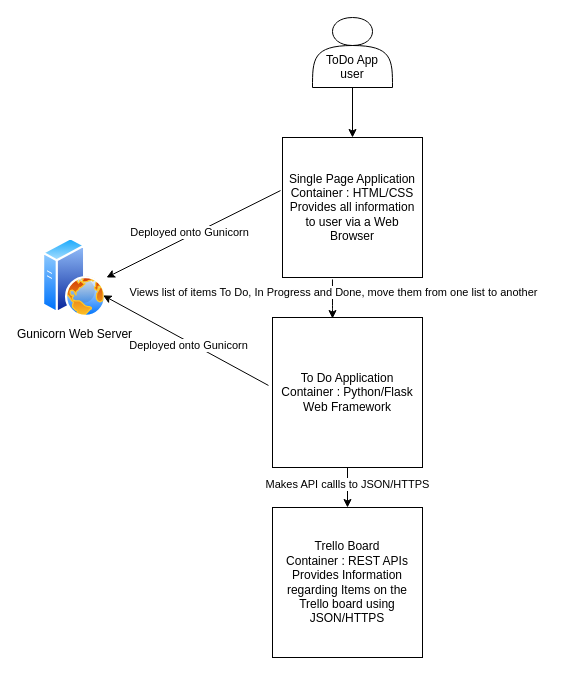
MadhuRoy-git/DevOps-Course-Starter keeps this draw.io diagram as documentation/ContainerDiagram.drawio. Above is the earlier version. Source tidied: cells renumbered, new cells numbered last; positions are measured from the earlier drawing's top-left corner, leaving out a move shared by most shapes. Both pictures are drawn from the tidied source at 100%, with x=0, y=0 at pixel (42, 17).
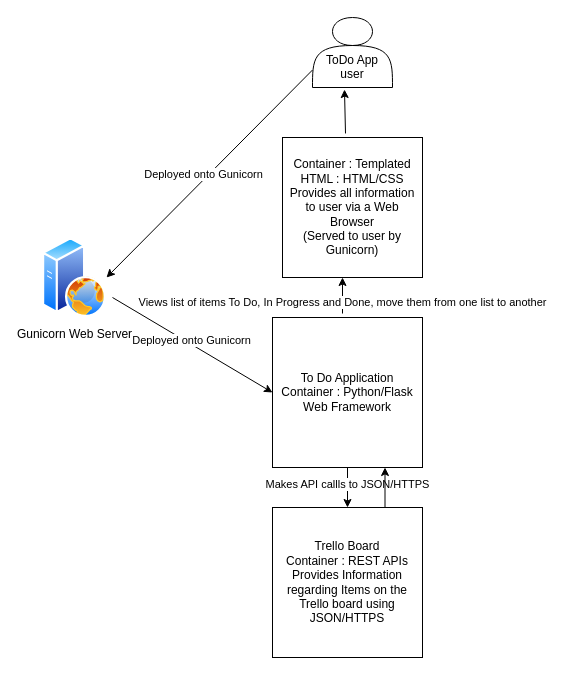
The same page after the edit.

Commit message (it also covers changes not shown here):
Review comments addressed

The change refers to these unchanged cells:
```xml
<mxCell id="5" value="To Do Application&lt;br&gt;Container : Python/Flask Web Framework" style="whiteSpace=wrap;html=1;" parent="1" vertex="1">
  <mxGeometry x="230" y="300" width="150" height="150" as="geometry" />
</mxCell>
<mxCell id="6" value="Trello Board&lt;br&gt;Container : REST APIs&lt;br&gt;Provides Information regarding Items on the Trello board using JSON/HTTPS" style="whiteSpace=wrap;html=1;" parent="1" vertex="1">
  <mxGeometry x="230" y="490" width="150" height="150" as="geometry" />
</mxCell>
<mxCell id="11" value="&lt;br&gt;&lt;br&gt;ToDo App user" style="shape=actor;whiteSpace=wrap;html=1;" parent="1" vertex="1">
  <mxGeometry x="270" width="80" height="70" as="geometry" />
</mxCell>
<mxCell id="12" value="Gunicorn Web Server&lt;br&gt;" style="perimeter=ellipsePerimeter;html=1;align=center;shadow=0;dashed=0;spacingTop=3;image;image=img/lib/active_directory/web_server.svg;" parent="1" vertex="1">
  <mxGeometry y="220" width="64" height="80" as="geometry" />
</mxCell>
```

The edit, as a diff of the source:
```diff
@@
-    <mxCell id="2" value="Single Page Application&lt;br&gt;Container : HTML/CSS&lt;br&gt;Provides all information to user via a Web Browser" style="whiteSpace=wrap;html=1;" parent="1" vertex="1">
+    <mxCell id="2" value="Container : Templated HTML : HTML/CSS&lt;br&gt;Provides all information to user via a Web Browser&lt;br&gt;(Served to user by Gunicorn)" style="whiteSpace=wrap;html=1;" parent="1" vertex="1">
       <mxGeometry x="240" y="120" width="140" height="140" as="geometry" />
     </mxCell>
@@
-    <mxCell id="7" style="endArrow=classic;html=1;entryX=0.4;entryY=0.007;entryDx=0;entryDy=0;entryPerimeter=0;exitX=0.357;exitY=1.014;exitDx=0;exitDy=0;exitPerimeter=0;" parent="1" edge="1" source="2" target="5">
+    <mxCell id="7" style="endArrow=classic;html=1;" parent="1" edge="1">
       <mxGeometry relative="1" as="geometry">
+        <mxPoint x="300" y="296" as="sourcePoint" />
+        <mxPoint x="300" y="260" as="targetPoint" />
         <Array as="points">
-          <mxPoint x="290" y="290" />
+          <mxPoint x="300" y="260" />
         </Array>
       </mxGeometry>
     </mxCell>
@@
-    <mxCell id="9" style="endArrow=classic;html=1;exitX=0.5;exitY=1;exitDx=0;exitDy=0;" parent="1" edge="1" source="11">
-      <mxGeometry relative="1" as="geometry">
-        <mxPoint x="310" y="120" as="targetPoint" />
-      </mxGeometry>
+    <mxCell id="9" style="endArrow=classic;html=1;entryX=0.4;entryY=1.029;entryDx=0;entryDy=0;entryPerimeter=0;exitX=0.45;exitY=-0.029;exitDx=0;exitDy=0;exitPerimeter=0;" parent="1" edge="1" source="2" target="11">
+      <mxGeometry relative="1" as="geometry" />
     </mxCell>
@@
-    <mxCell id="13" style="endArrow=classic;html=1;entryX=1;entryY=0.5;entryDx=0;entryDy=0;exitX=-0.014;exitY=0.379;exitDx=0;exitDy=0;exitPerimeter=0;" parent="1" edge="1" source="2" target="12">
+    <mxCell id="13" style="endArrow=classic;html=1;entryX=1;entryY=0.5;entryDx=0;entryDy=0;exitX=0;exitY=0.75;exitDx=0;exitDy=0;" parent="1" edge="1" source="11" target="12">
       <mxGeometry relative="1" as="geometry" />
     </mxCell>
@@
-    <mxCell id="15" style="endArrow=classic;html=1;exitX=-0.027;exitY=0.453;exitDx=0;exitDy=0;exitPerimeter=0;entryX=1;entryY=0.75;entryDx=0;entryDy=0;" parent="1" edge="1" source="5" target="12">
-      <mxGeometry relative="1" as="geometry" />
+    <mxCell id="15" style="endArrow=classic;html=1;entryX=0;entryY=0.5;entryDx=0;entryDy=0;" parent="1" edge="1" target="5">
+      <mxGeometry relative="1" as="geometry">
+        <mxPoint x="70" y="280" as="sourcePoint" />
+      </mxGeometry>
     </mxCell>
@@
+    <mxCell id="17" style="endArrow=classic;html=1;entryX=0.75;entryY=1;entryDx=0;entryDy=0;exitX=0.75;exitY=0;exitDx=0;exitDy=0;" parent="1" edge="1" source="6" target="5">
+      <mxGeometry relative="1" as="geometry" />
+    </mxCell>
```
